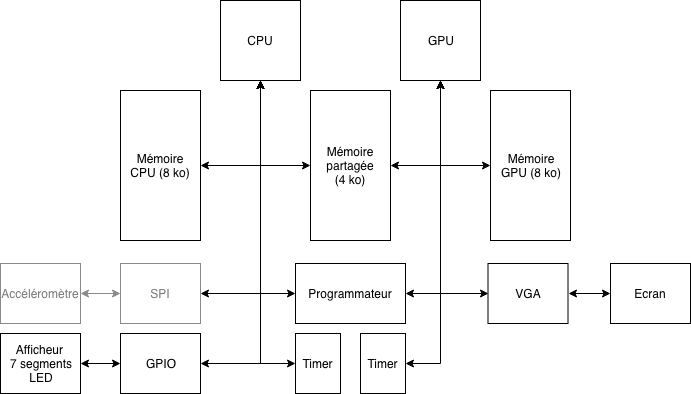
The draw.io diagram doc/schema_and_logo/procexeirbArchiVHDL.png in Devdevdavid/ProceXeirb, before a commit. Source tidied: cells renumbered, new cells last; positions are measured from the earlier drawing's top-left corner, leaving out a move shared by most shapes.
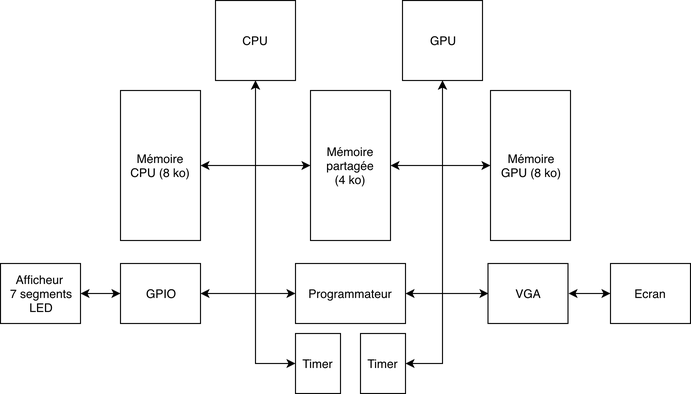
Above is the later version.

The edit, as a diff of the source:
```diff
@@ -3,15 +3,13 @@
     <mxCell id="0" />
     <mxCell id="1" parent="0" />
     <mxCell id="2" value="CPU" style="rounded=0;whiteSpace=wrap;html=1;" parent="1" vertex="1">
-      <mxGeometry x="220" width="80" height="80" as="geometry" />
+      <mxGeometry x="215" width="80" height="80" as="geometry" />
     </mxCell>
     <mxCell id="3" value="GPU" style="rounded=0;whiteSpace=wrap;html=1;" parent="1" vertex="1">
-      <mxGeometry x="400" width="80" height="80" as="geometry" />
+      <mxGeometry x="402" width="80" height="80" as="geometry" />
     </mxCell>
-    <mxCell id="4" style="edgeStyle=orthogonalEdgeStyle;rounded=0;jettySize=auto;html=1;exitX=0;exitY=0.5;exitDx=0;exitDy=0;startArrow=classic;startFill=1;" parent="1" edge="1" source="6">
-      <mxGeometry relative="1" as="geometry">
-        <mxPoint x="260" y="80" as="targetPoint" />
-      </mxGeometry>
+    <mxCell id="4" style="edgeStyle=orthogonalEdgeStyle;rounded=0;jettySize=auto;html=1;exitX=0;exitY=0.5;exitDx=0;exitDy=0;startArrow=classic;startFill=1;" parent="1" edge="1" source="6" target="2">
+      <mxGeometry relative="1" as="geometry" />
     </mxCell>
     <mxCell id="5" style="edgeStyle=orthogonalEdgeStyle;rounded=0;jettySize=auto;html=1;exitX=1;exitY=0.5;exitDx=0;exitDy=0;startArrow=classic;startFill=1;" parent="1" edge="1" source="6" target="3">
       <mxGeometry relative="1" as="geometry" />
@@ -31,36 +29,20 @@
     <mxCell id="10" value="Mémoire&lt;br&gt;CPU (8 ko)&lt;br&gt;" style="rounded=0;whiteSpace=wrap;html=1;" parent="1" vertex="1">
       <mxGeometry x="120" y="90" width="80" height="150" as="geometry" />
     </mxCell>
-    <mxCell id="11" style="edgeStyle=orthogonalEdgeStyle;rounded=0;jettySize=auto;html=1;exitX=1;exitY=0.5;exitDx=0;exitDy=0;entryX=0.5;entryY=1;entryDx=0;entryDy=0;startArrow=classic;startFill=1;" parent="1" edge="1" source="12" target="2">
-      <mxGeometry relative="1" as="geometry" />
-    </mxCell>
-    <mxCell id="12" value="SPI&lt;br&gt;" style="rounded=0;whiteSpace=wrap;html=1;strokeColor=#8A8A8A;fontColor=#7A7A7A;" parent="1" vertex="1">
-      <mxGeometry x="120" y="263" width="80" height="60" as="geometry" />
-    </mxCell>
-    <mxCell id="13" style="edgeStyle=orthogonalEdgeStyle;rounded=0;jettySize=auto;html=1;exitX=1;exitY=0.5;exitDx=0;exitDy=0;startArrow=classic;startFill=1;" parent="1" edge="1" source="14">
-      <mxGeometry relative="1" as="geometry">
-        <mxPoint x="260" y="80" as="targetPoint" />
-      </mxGeometry>
+    <mxCell id="13" style="edgeStyle=orthogonalEdgeStyle;rounded=0;jettySize=auto;html=1;exitX=1;exitY=0.5;exitDx=0;exitDy=0;startArrow=classic;startFill=1;" parent="1" edge="1" source="14" target="2">
+      <mxGeometry relative="1" as="geometry" />
     </mxCell>
     <mxCell id="14" value="GPIO&lt;br&gt;" style="rounded=0;whiteSpace=wrap;html=1;" parent="1" vertex="1">
-      <mxGeometry x="120" y="333" width="80" height="60" as="geometry" />
+      <mxGeometry x="120" y="263" width="80" height="60" as="geometry" />
     </mxCell>
     <mxCell id="15" style="edgeStyle=orthogonalEdgeStyle;rounded=0;jettySize=auto;html=1;exitX=1;exitY=0.5;exitDx=0;exitDy=0;entryX=0;entryY=0.5;entryDx=0;entryDy=0;startArrow=classic;startFill=1;" parent="1" edge="1" source="16" target="14">
       <mxGeometry relative="1" as="geometry" />
     </mxCell>
     <mxCell id="16" value="Afficheur &lt;br&gt;7 segments&lt;br&gt;LED&lt;br&gt;" style="rounded=0;whiteSpace=wrap;html=1;" parent="1" vertex="1">
-      <mxGeometry y="333" width="80" height="60" as="geometry" />
+      <mxGeometry y="263" width="80" height="60" as="geometry" />
     </mxCell>
-    <mxCell id="17" style="edgeStyle=orthogonalEdgeStyle;rounded=0;jettySize=auto;html=1;exitX=1;exitY=0.5;exitDx=0;exitDy=0;entryX=0;entryY=0.5;entryDx=0;entryDy=0;startArrow=classic;startFill=1;strokeColor=#8A8A8A;" parent="1" edge="1" source="18" target="12">
-      <mxGeometry relative="1" as="geometry" />
-    </mxCell>
-    <mxCell id="18" value="Accéléromètre&lt;br&gt;" style="rounded=0;whiteSpace=wrap;html=1;strokeColor=#8A8A8A;fontColor=#7A7A7A;" parent="1" vertex="1">
-      <mxGeometry y="263" width="80" height="60" as="geometry" />
-    </mxCell>
-    <mxCell id="19" style="edgeStyle=orthogonalEdgeStyle;rounded=0;jettySize=auto;html=1;exitX=0;exitY=0.5;exitDx=0;exitDy=0;startArrow=classic;startFill=1;" parent="1" edge="1" source="21">
-      <mxGeometry relative="1" as="geometry">
-        <mxPoint x="260" y="80" as="targetPoint" />
-      </mxGeometry>
+    <mxCell id="19" style="edgeStyle=orthogonalEdgeStyle;rounded=0;jettySize=auto;html=1;exitX=0;exitY=0.5;exitDx=0;exitDy=0;startArrow=classic;startFill=1;" parent="1" edge="1" source="21" target="2">
+      <mxGeometry relative="1" as="geometry" />
     </mxCell>
     <mxCell id="20" style="edgeStyle=orthogonalEdgeStyle;rounded=0;jettySize=auto;html=1;exitX=1;exitY=0.5;exitDx=0;exitDy=0;startArrow=classic;startFill=1;" parent="1" edge="1" source="21" target="3">
       <mxGeometry relative="1" as="geometry" />
```
